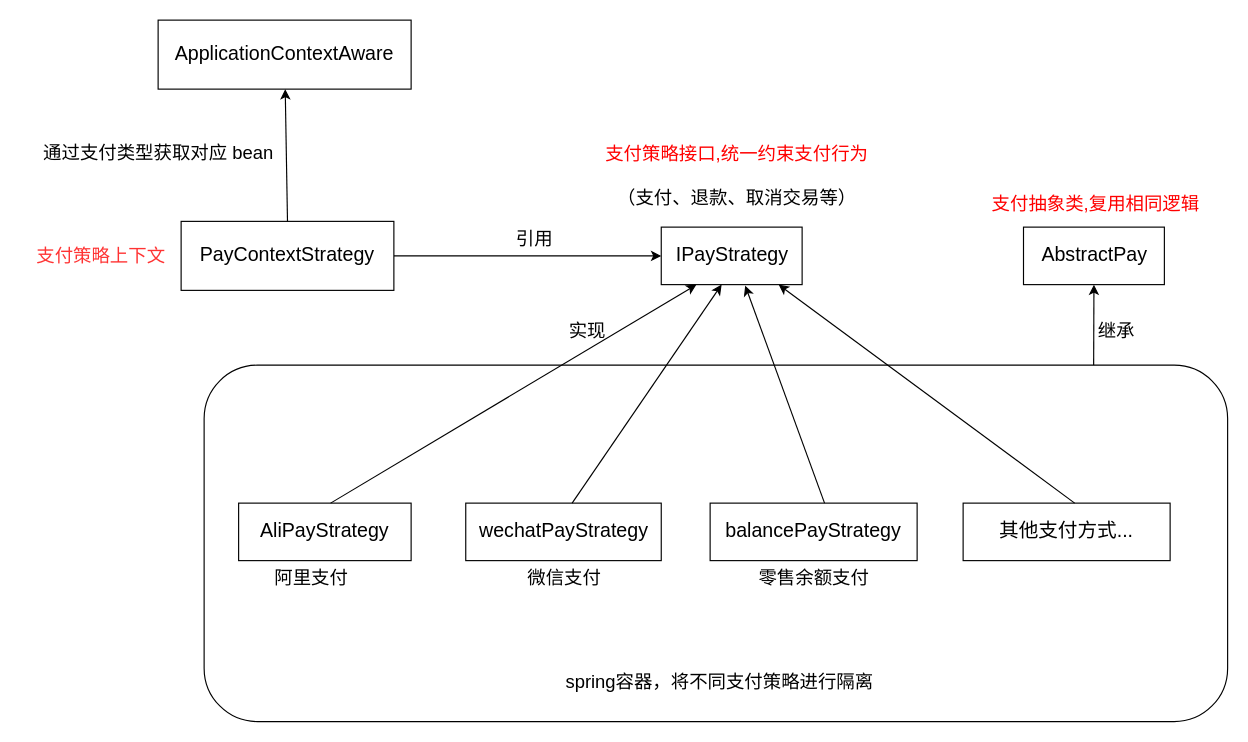
Earlier version of the draw.io diagram 支付策略模式.drawio (islongfei/drawio). Source tidied: cells renumbered, new cells numbered last; positions are measured from the earlier drawing's top-left corner, leaving out a move shared by most shapes. Both pictures are drawn from the tidied source at 115%, with x=0, y=0 at pixel (20, 20).
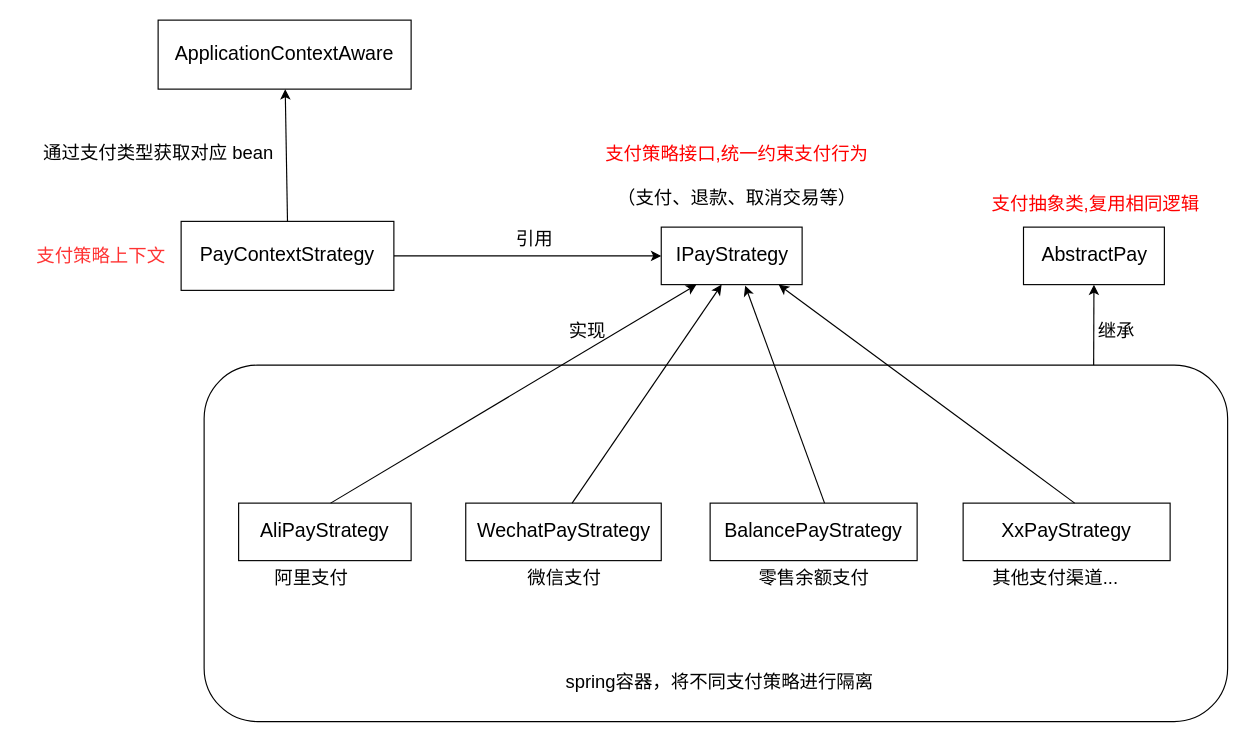
Above is the later version.

Commit message:
更新支付策略模式.drawio

Change to the diagram source:
```diff
@@
-    <mxCell id="7" value="&lt;div style=&quot;background-color: rgb(255, 255, 255); font-size: 12.8pt;&quot;&gt;&lt;span style=&quot;&quot;&gt;balancePay&lt;/span&gt;Strategy&lt;/div&gt;" style="rounded=0;whiteSpace=wrap;html=1;fontFamily=Helvetica;fontColor=#000000;" parent="1" vertex="1">
+    <mxCell id="7" value="&lt;div style=&quot;background-color: rgb(255, 255, 255); font-size: 12.8pt;&quot;&gt;&lt;span style=&quot;&quot;&gt;BalancePay&lt;/span&gt;Strategy&lt;/div&gt;" style="rounded=0;whiteSpace=wrap;html=1;fontFamily=Helvetica;fontColor=#000000;" parent="1" vertex="1">
       <mxGeometry x="600" y="420" width="180" height="50" as="geometry" />
     </mxCell>
@@
-    <mxCell id="9" value="&lt;div style=&quot;background-color: rgb(255, 255, 255); font-size: 12.8pt;&quot;&gt;&lt;span style=&quot;&quot;&gt;wechatPay&lt;/span&gt;Strategy&lt;/div&gt;" style="rounded=0;whiteSpace=wrap;html=1;fontFamily=Helvetica;fontColor=#000000;" parent="1" vertex="1">
+    <mxCell id="9" value="&lt;div style=&quot;background-color: rgb(255, 255, 255); font-size: 12.8pt;&quot;&gt;&lt;span style=&quot;&quot;&gt;WechatPay&lt;/span&gt;Strategy&lt;/div&gt;" style="rounded=0;whiteSpace=wrap;html=1;fontFamily=Helvetica;fontColor=#000000;" parent="1" vertex="1">
       <mxGeometry x="387.5" y="420" width="170" height="50" as="geometry" />
     </mxCell>
@@
-    <mxCell id="11" value="&lt;div style=&quot;background-color: rgb(255, 255, 255); font-size: 12.8pt;&quot;&gt;&lt;font&gt;其他支付方式...&lt;/font&gt;&lt;/div&gt;" style="rounded=0;whiteSpace=wrap;html=1;fontFamily=Helvetica;fontColor=#000000;" parent="1" vertex="1">
+    <mxCell id="11" value="&lt;div style=&quot;background-color: rgb(255, 255, 255); font-size: 12.8pt;&quot;&gt;&lt;span style=&quot;font-size: 17.0667px;&quot;&gt;XxPay&lt;/span&gt;&lt;span style=&quot;font-size: 17.0667px;&quot;&gt;Strategy&lt;/span&gt;&lt;br&gt;&lt;/div&gt;" style="rounded=0;whiteSpace=wrap;html=1;fontFamily=Helvetica;fontColor=#000000;" parent="1" vertex="1">
       <mxGeometry x="820" y="420" width="180" height="50" as="geometry" />
     </mxCell>
@@
+    <mxCell id="30" value="其他支付渠道..." style="text;html=1;align=center;verticalAlign=middle;strokeColor=none;fillColor=none;fontSize=16;fontFamily=Helvetica;fontColor=#000000;" parent="1" vertex="1">
+      <mxGeometry x="835" y="470" width="130" height="30" as="geometry" />
+    </mxCell>
```
